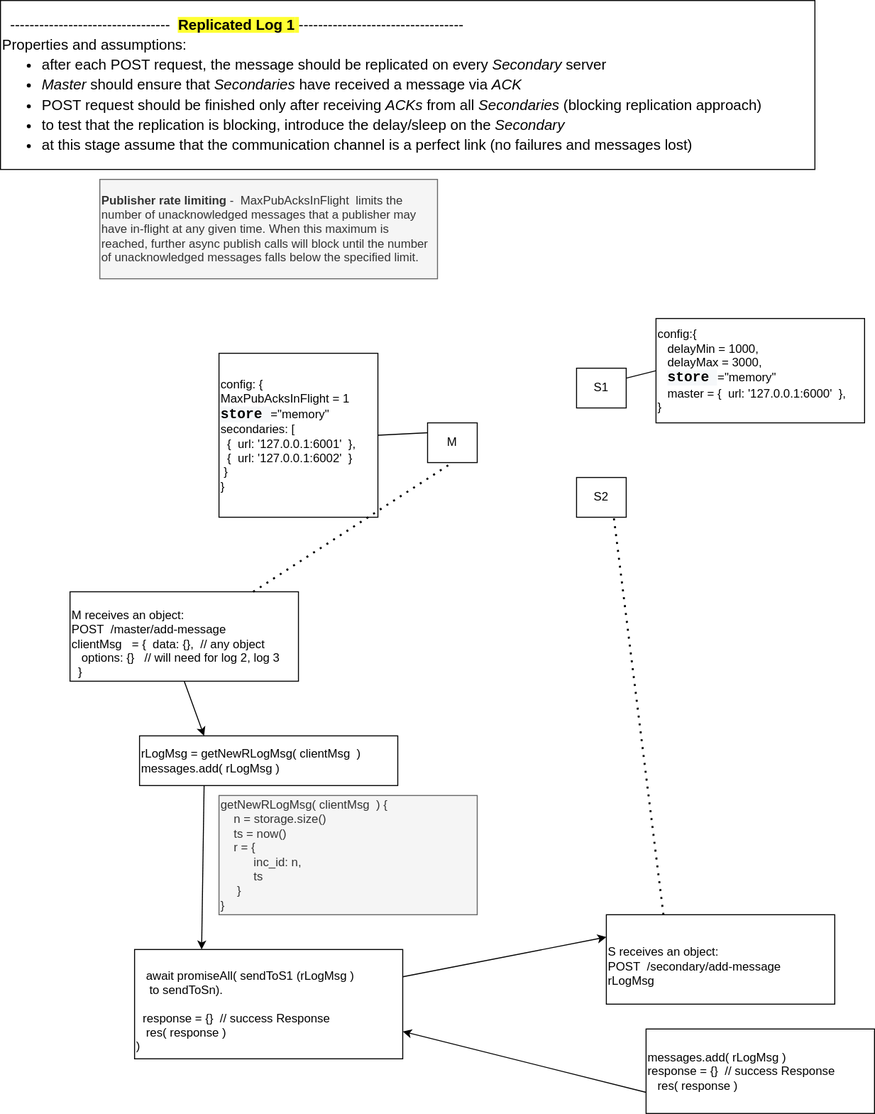
Above: log1/replicated-log-1.drawio.svg in kryvosheyev/UCU-2021-Distributed-Systems-Replicated-Log-team-8 (draw.io), before the change. Source tidied: cells renumbered, new cells last; positions are measured from the earlier drawing's top-left corner, leaving out a move shared by most shapes.
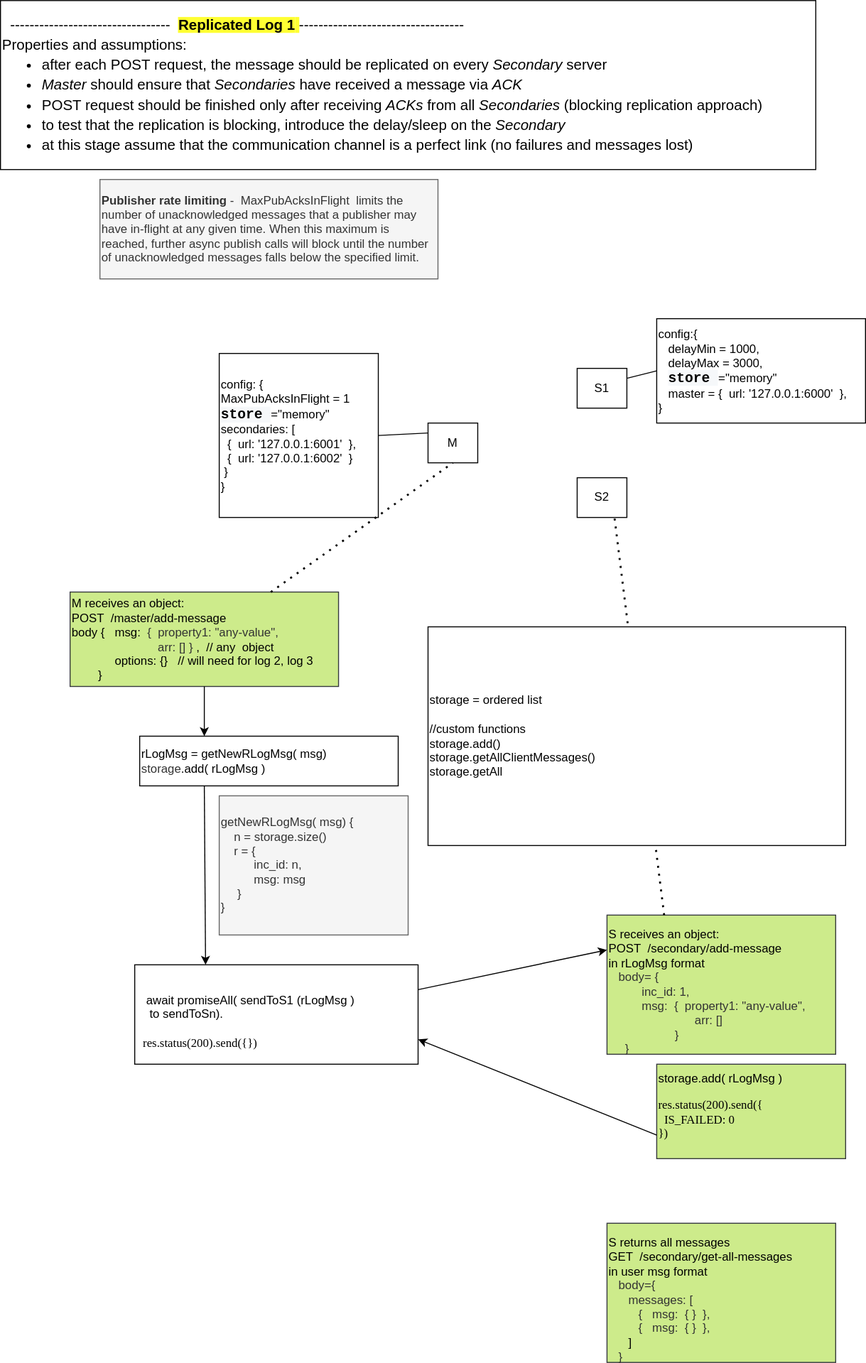
After the commit.

Commit message:
updated log 1 specs

Change to the diagram source:
```diff
@@ -14,8 +14,8 @@
     <mxCell id="5" value="S1" style="rounded=0;whiteSpace=wrap;html=1;align=center;" parent="1" vertex="1">
       <mxGeometry x="580" y="370" width="50" height="40" as="geometry" />
     </mxCell>
-    <mxCell id="6" value="&lt;br&gt;M receives an object:&lt;br&gt;POST&amp;nbsp; /master/add-message&lt;br&gt;clientMsg&amp;nbsp; &amp;nbsp;= {&amp;nbsp; data: {},&amp;nbsp; // any object&lt;br&gt;&amp;nbsp; &amp;nbsp;options: {}&amp;nbsp; &amp;nbsp;// will need for log 2, log 3&lt;br&gt;&amp;nbsp; }" style="rounded=0;whiteSpace=wrap;html=1;align=left;" parent="1" vertex="1">
-      <mxGeometry x="70" y="595" width="230" height="90" as="geometry" />
+    <mxCell id="6" value="M receives an object:&lt;br&gt;POST&amp;nbsp; /master/add-message&lt;br&gt;body {&amp;nbsp;&amp;nbsp; msg:&amp;nbsp;&lt;span style=&quot;color: rgb(51 , 51 , 51)&quot;&gt;&amp;nbsp;{&amp;nbsp; property1: &quot;any-value&quot;,&lt;/span&gt;&lt;br style=&quot;color: rgb(51 , 51 , 51)&quot;&gt;&lt;span style=&quot;color: rgb(51 , 51 , 51)&quot;&gt;&amp;nbsp; &amp;nbsp; &amp;nbsp; &amp;nbsp; &amp;nbsp; &amp;nbsp; &amp;nbsp; &amp;nbsp; &amp;nbsp; &amp;nbsp; &amp;nbsp; &amp;nbsp; &amp;nbsp; arr: [] }&amp;nbsp;&lt;/span&gt;,&amp;nbsp; // any&amp;nbsp; object&lt;br&gt;&amp;nbsp; &amp;nbsp; &amp;nbsp; &amp;nbsp; &amp;nbsp; &amp;nbsp; &amp;nbsp;options: {}&amp;nbsp; &amp;nbsp;// will need for log 2, log 3&lt;br&gt;&amp;nbsp; &amp;nbsp; &amp;nbsp; &amp;nbsp; }" style="rounded=0;whiteSpace=wrap;html=1;align=left;fillColor=#cdeb8b;strokeColor=#36393d;" parent="1" vertex="1">
+      <mxGeometry x="70" y="595" width="270" height="95" as="geometry" />
     </mxCell>
     <mxCell id="7" value="&lt;span&gt;config: {&lt;br&gt;MaxPubAcksInFlight = 1&lt;br&gt;&lt;/span&gt;&lt;span&gt;&lt;/span&gt;&lt;span style=&quot;font-family: &amp;#34;consolas&amp;#34; , &amp;#34;inconsolata&amp;#34; , &amp;#34;courier&amp;#34; , monospace ; font-size: 14px ; font-weight: 700 ; background-color: rgb(246 , 248 , 250)&quot;&gt;store&amp;nbsp;&lt;/span&gt;=&quot;memory&quot;&lt;br&gt;secondaries: [&lt;br&gt;&amp;nbsp; {&amp;nbsp; url: '127.0.0.1:6001'&amp;nbsp; },&lt;br&gt;&amp;nbsp; {&amp;nbsp; url: '127.0.0.1:6002'&amp;nbsp; }&lt;br&gt;&amp;nbsp;}&lt;br&gt;}" style="rounded=0;whiteSpace=wrap;html=1;align=left;" parent="1" vertex="1">
       <mxGeometry x="220" y="355" width="160" height="165" as="geometry" />
@@ -23,23 +23,23 @@
     <mxCell id="8" value="config:{&lt;br&gt;&amp;nbsp; &amp;nbsp;delayMin = 1000,&lt;br&gt;&amp;nbsp; &amp;nbsp;delayMax = 3000,&lt;br&gt;&amp;nbsp; &amp;nbsp;&lt;span style=&quot;font-family: &amp;#34;consolas&amp;#34; , &amp;#34;inconsolata&amp;#34; , &amp;#34;courier&amp;#34; , monospace ; font-size: 14px ; font-weight: 700 ; background-color: rgb(246 , 248 , 250)&quot;&gt;store&amp;nbsp;&lt;/span&gt;=&quot;memory&quot;&lt;br&gt;&amp;nbsp; &amp;nbsp;master = {&amp;nbsp; url: '127.0.0.1:6000'&amp;nbsp; },&lt;br&gt;}" style="rounded=0;whiteSpace=wrap;html=1;align=left;" parent="1" vertex="1">
       <mxGeometry x="660" y="320" width="210" height="105" as="geometry" />
     </mxCell>
-    <mxCell id="9" value="&lt;br&gt;&amp;nbsp; &amp;nbsp;await promiseAll( sendToS1 (rLogMsg&amp;nbsp;)&lt;br&gt;&amp;nbsp; &amp;nbsp; to sendToSn).&lt;br&gt;&amp;nbsp; &amp;nbsp;&lt;br&gt;&amp;nbsp; response = {}&amp;nbsp; // success Response&lt;br&gt;&amp;nbsp; &amp;nbsp;res( response )&amp;nbsp; &amp;nbsp; &amp;nbsp; &amp;nbsp;&amp;nbsp;&lt;br&gt;)&amp;nbsp;" style="rounded=0;whiteSpace=wrap;html=1;align=left;" parent="1" vertex="1">
-      <mxGeometry x="135" y="955" width="270" height="110" as="geometry" />
+    <mxCell id="9" value="&lt;br&gt;&amp;nbsp; &amp;nbsp;await promiseAll( sendToS1 (rLogMsg&amp;nbsp;)&lt;br&gt;&amp;nbsp; &amp;nbsp; to sendToSn).&lt;br&gt;&amp;nbsp; &amp;nbsp;&lt;br&gt;&amp;nbsp;&amp;nbsp;&lt;span style=&quot;font-family: &amp;#34;consolas&amp;#34;&quot;&gt;res.status(200).send({&lt;/span&gt;&lt;span style=&quot;font-family: &amp;#34;consolas&amp;#34;&quot;&gt;})&lt;/span&gt;" style="rounded=0;whiteSpace=wrap;html=1;align=left;" parent="1" vertex="1">
+      <mxGeometry x="135" y="970" width="285" height="100" as="geometry" />
     </mxCell>
-    <mxCell id="10" value="&lt;br&gt;S receives an object:&lt;br&gt;POST&amp;nbsp; /secondary/add-message&lt;br&gt;rLogMsg" style="rounded=0;whiteSpace=wrap;html=1;align=left;" parent="1" vertex="1">
-      <mxGeometry x="610" y="920" width="230" height="90" as="geometry" />
+    <mxCell id="10" value="&lt;br&gt;S receives an object:&lt;br&gt;POST&amp;nbsp; /secondary/add-message&lt;br&gt;in rLogMsg format&lt;br&gt;&lt;span style=&quot;color: rgb(51 , 51 , 51)&quot;&gt;&amp;nbsp; &amp;nbsp;body= {&lt;/span&gt;&lt;br style=&quot;color: rgb(51 , 51 , 51)&quot;&gt;&lt;span style=&quot;color: rgb(51 , 51 , 51)&quot;&gt;&amp;nbsp; &amp;nbsp; &amp;nbsp; &amp;nbsp; &amp;nbsp; inc_id: 1,&lt;/span&gt;&lt;br style=&quot;color: rgb(51 , 51 , 51)&quot;&gt;&lt;span style=&quot;color: rgb(51 , 51 , 51)&quot;&gt;&amp;nbsp; &amp;nbsp; &amp;nbsp; &amp;nbsp; &amp;nbsp; msg:&amp;nbsp;&lt;/span&gt;&lt;span style=&quot;color: rgb(51 , 51 , 51)&quot;&gt;&amp;nbsp;{&amp;nbsp; property1: &quot;any-value&quot;,&lt;/span&gt;&lt;br style=&quot;color: rgb(51 , 51 , 51)&quot;&gt;&lt;span style=&quot;color: rgb(51 , 51 , 51)&quot;&gt;&amp;nbsp; &amp;nbsp; &amp;nbsp; &amp;nbsp; &amp;nbsp; &amp;nbsp; &amp;nbsp; &amp;nbsp; &amp;nbsp; &amp;nbsp; &amp;nbsp; &amp;nbsp; &amp;nbsp; arr: [] &lt;br&gt;&amp;nbsp; &amp;nbsp; &amp;nbsp; &amp;nbsp; &amp;nbsp; &amp;nbsp; &amp;nbsp; &amp;nbsp; &amp;nbsp; &amp;nbsp; }&lt;/span&gt;&lt;br style=&quot;color: rgb(51 , 51 , 51)&quot;&gt;&lt;span style=&quot;color: rgb(51 , 51 , 51)&quot;&gt;&amp;nbsp; &amp;nbsp; &amp;nbsp;}&lt;/span&gt;" style="rounded=0;whiteSpace=wrap;html=1;align=left;fillColor=#cdeb8b;strokeColor=#36393d;" parent="1" vertex="1">
+      <mxGeometry x="610" y="920" width="230" height="140" as="geometry" />
     </mxCell>
-    <mxCell id="11" value="rLogMsg = getNewRLogMsg( clientMsg&amp;nbsp; )&lt;br&gt;messages.add( rLogMsg&amp;nbsp;)" style="rounded=0;whiteSpace=wrap;html=1;align=left;" parent="1" vertex="1">
+    <mxCell id="11" value="rLogMsg = getNewRLogMsg( msg)&lt;br&gt;&lt;span style=&quot;color: rgb(51 , 51 , 51)&quot;&gt;storage&lt;/span&gt;.add( rLogMsg&amp;nbsp;)" style="rounded=0;whiteSpace=wrap;html=1;align=left;" parent="1" vertex="1">
       <mxGeometry x="140" y="740" width="260" height="50" as="geometry" />
     </mxCell>
-    <mxCell id="12" value="getNewRLogMsg( clientMsg&amp;nbsp; ) {&lt;br&gt;&amp;nbsp; &amp;nbsp; n = storage.size()&lt;br&gt;&amp;nbsp; &amp;nbsp; ts = now()&lt;br&gt;&amp;nbsp; &amp;nbsp; r = {&lt;br&gt;&amp;nbsp; &amp;nbsp; &amp;nbsp; &amp;nbsp; &amp;nbsp; inc_id: n,&lt;br&gt;&amp;nbsp; &amp;nbsp; &amp;nbsp; &amp;nbsp; &amp;nbsp; ts&lt;br&gt;&amp;nbsp; &amp;nbsp; &amp;nbsp;}&lt;br&gt;}" style="rounded=0;whiteSpace=wrap;html=1;align=left;fillColor=#f5f5f5;fontColor=#333333;strokeColor=#666666;" parent="1" vertex="1">
-      <mxGeometry x="220" y="800" width="260" height="120" as="geometry" />
+    <mxCell id="12" value="getNewRLogMsg( msg) {&lt;br&gt;&amp;nbsp; &amp;nbsp; n = storage.size()&lt;br&gt;&amp;nbsp; &amp;nbsp; r = {&lt;br&gt;&amp;nbsp; &amp;nbsp; &amp;nbsp; &amp;nbsp; &amp;nbsp; inc_id: n,&lt;br&gt;&amp;nbsp; &amp;nbsp; &amp;nbsp; &amp;nbsp; &amp;nbsp; msg: msg&lt;br&gt;&amp;nbsp; &amp;nbsp; &amp;nbsp;}&lt;br&gt;}" style="rounded=0;whiteSpace=wrap;html=1;align=left;fillColor=#f5f5f5;fontColor=#333333;strokeColor=#666666;" parent="1" vertex="1">
+      <mxGeometry x="220" y="800" width="190" height="140" as="geometry" />
     </mxCell>
     <mxCell id="13" value="&lt;span&gt;&lt;b&gt;Publisher rate limiting&lt;/b&gt;&lt;/span&gt;&lt;span&gt; -&amp;nbsp;&amp;nbsp;&lt;/span&gt;&lt;span&gt;MaxPubAcksInFlight&lt;/span&gt;&lt;span&gt;&amp;nbsp; limits the number of unacknowledged messages that a publisher may have in-flight at any given time. When this maximum is reached, further async publish calls will block until the number of unacknowledged messages falls below the specified limit.&lt;/span&gt;" style="rounded=0;whiteSpace=wrap;html=1;align=left;fillColor=#f5f5f5;fontColor=#333333;strokeColor=#666666;" parent="1" vertex="1">
       <mxGeometry x="100" y="180" width="340" height="100" as="geometry" />
     </mxCell>
-    <mxCell id="14" value="messages.add( rLogMsg )&lt;br&gt;response = {}&amp;nbsp; // success Response&lt;br&gt;&amp;nbsp; &amp;nbsp;res( response )" style="rounded=0;whiteSpace=wrap;html=1;align=left;" parent="1" vertex="1">
-      <mxGeometry x="650" y="1035" width="230" height="85" as="geometry" />
+    <mxCell id="14" value="storage.add( rLogMsg )&lt;br&gt;&lt;pre style=&quot;font-family: &amp;#34;consolas&amp;#34;&quot;&gt;res.status(200).send({&lt;br&gt;  IS_FAILED: 0&lt;br&gt;})&lt;/pre&gt;" style="rounded=0;whiteSpace=wrap;html=1;align=left;fillColor=#cdeb8b;strokeColor=#36393d;" parent="1" vertex="1">
+      <mxGeometry x="660" y="1070" width="190" height="95" as="geometry" />
     </mxCell>
     <mxCell id="15" style="endArrow=none;html=1;rounded=0;entryX=1;entryY=0.5;entryDx=0;entryDy=0;exitX=0;exitY=0.25;exitDx=0;exitDy=0;" parent="1" edge="1" source="3" target="7">
       <mxGeometry relative="1" as="geometry" />
@@ -65,5 +65,11 @@
     <mxCell id="22" style="endArrow=classic;html=1;rounded=0;exitX=0.25;exitY=1;exitDx=0;exitDy=0;entryX=0.25;entryY=0;entryDx=0;entryDy=0;" parent="1" edge="1" source="11" target="9">
       <mxGeometry relative="1" as="geometry" />
     </mxCell>
+    <mxCell id="23" value="storage =&amp;nbsp;ordered list&lt;br&gt;&lt;br&gt;//custom functions&lt;br&gt;storage.add()&lt;br&gt;storage.getAllClientMessages()&lt;br&gt;storage.getAll" style="rounded=0;whiteSpace=wrap;html=1;align=left;" parent="1" vertex="1">
+      <mxGeometry x="430" y="630" width="420" height="220" as="geometry" />
+    </mxCell>
+    <mxCell id="24" value="&lt;br&gt;S returns all messages&lt;br&gt;GET&amp;nbsp; /secondary/get-all-messages&lt;br&gt;in user msg format&lt;br&gt;&lt;span style=&quot;color: rgb(51 , 51 , 51)&quot;&gt;&amp;nbsp; &amp;nbsp;body={&amp;nbsp;&lt;br&gt;&amp;nbsp; &amp;nbsp; &amp;nbsp; messages: [&amp;nbsp;&lt;/span&gt;&lt;br style=&quot;color: rgb(51 , 51 , 51)&quot;&gt;&lt;span style=&quot;color: rgb(51 , 51 , 51)&quot;&gt;&amp;nbsp; &amp;nbsp; &amp;nbsp; &amp;nbsp; &amp;nbsp;{&amp;nbsp; &amp;nbsp;m&lt;/span&gt;&lt;span style=&quot;color: rgb(51 , 51 , 51)&quot;&gt;sg:&amp;nbsp;&lt;/span&gt;&lt;span style=&quot;color: rgb(51 , 51 , 51)&quot;&gt;&amp;nbsp;{&amp;nbsp;&lt;/span&gt;&lt;span style=&quot;color: rgb(51 , 51 , 51)&quot;&gt;}&amp;nbsp; },&lt;br&gt;&amp;nbsp; &amp;nbsp; &amp;nbsp; &amp;nbsp;&amp;nbsp;&lt;/span&gt;&lt;span style=&quot;color: rgb(51 , 51 , 51)&quot;&gt;&amp;nbsp;{&amp;nbsp; &amp;nbsp;m&lt;/span&gt;&lt;span style=&quot;color: rgb(51 , 51 , 51)&quot;&gt;sg:&amp;nbsp;&lt;/span&gt;&lt;span style=&quot;color: rgb(51 , 51 , 51)&quot;&gt;&amp;nbsp;{&amp;nbsp;&lt;/span&gt;&lt;span style=&quot;color: rgb(51 , 51 , 51)&quot;&gt;}&amp;nbsp; },&lt;/span&gt;&lt;span style=&quot;color: rgb(51 , 51 , 51)&quot;&gt;&lt;br&gt;&lt;/span&gt;&amp;nbsp; &amp;nbsp; &amp;nbsp; ]&lt;br style=&quot;color: rgb(51 , 51 , 51)&quot;&gt;&lt;span style=&quot;color: rgb(51 , 51 , 51)&quot;&gt;&amp;nbsp; &amp;nbsp;}&amp;nbsp; &amp;nbsp; &amp;nbsp; &amp;nbsp;&amp;nbsp;&lt;/span&gt;" style="rounded=0;whiteSpace=wrap;html=1;align=left;fillColor=#cdeb8b;strokeColor=#36393d;" parent="1" vertex="1">
+      <mxGeometry x="610" y="1230" width="230" height="140" as="geometry" />
+    </mxCell>
   </root>
 </mxGraphModel>
```
